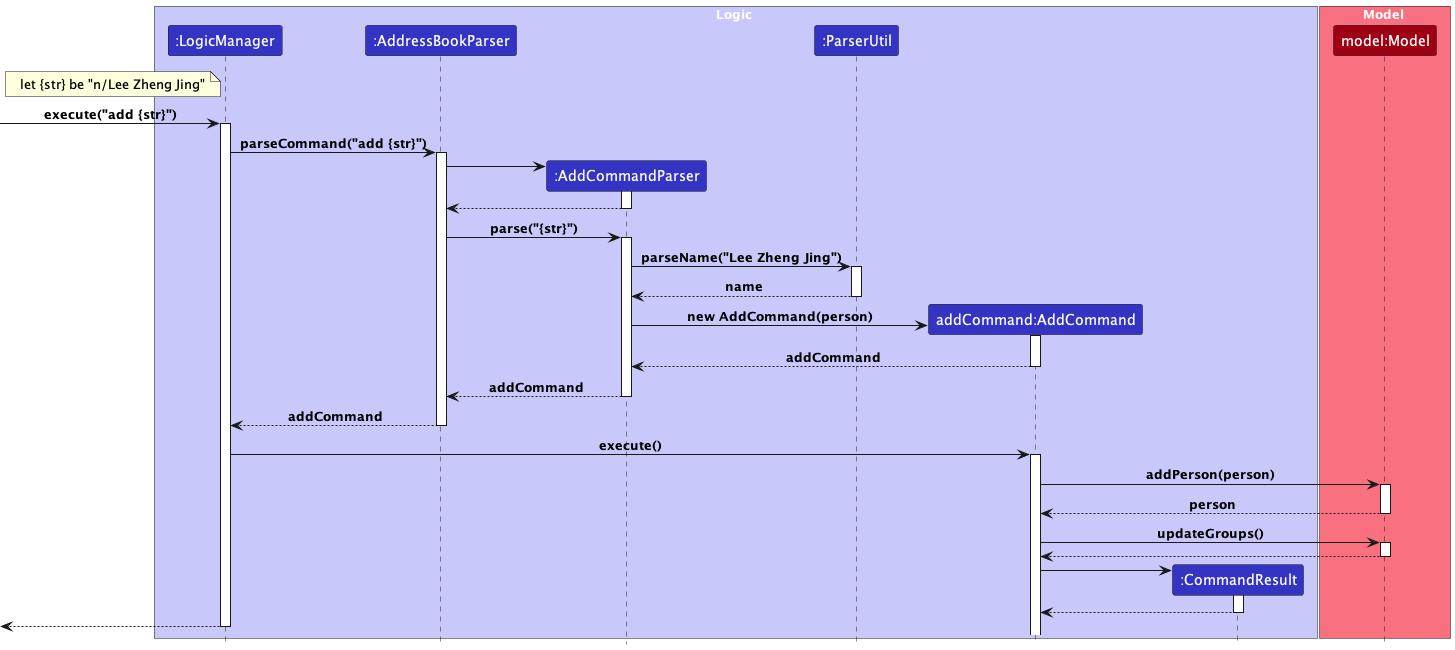
nus-cs2103-AY2324S1/tp keeps this PlantUML diagram as docs/images/AddPersonSequenceDiagram.png. Above is the earlier version.
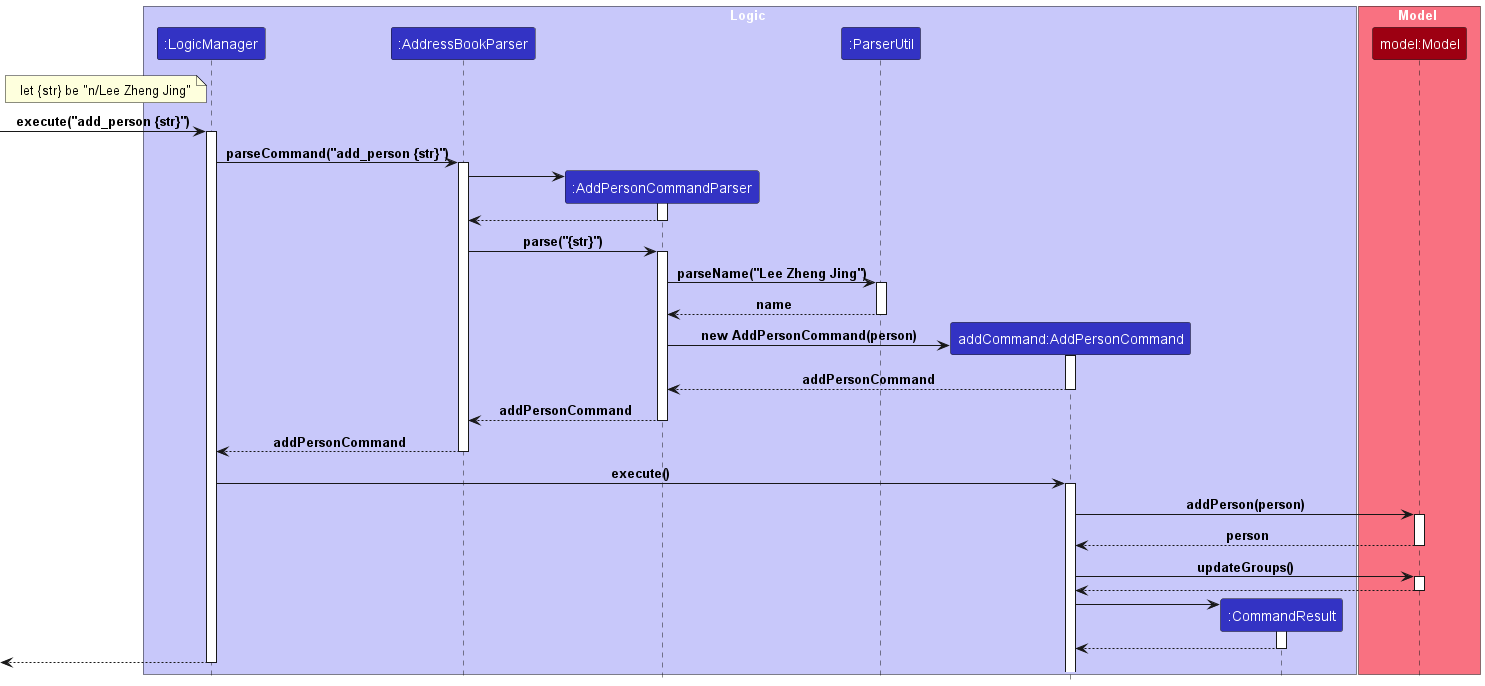
The same diagram one commit later.

Commit message:
Update DG - Update all relevant methods to Person class with the new field of   Remark - Update UML diagrams for add_person

Diff of the diagram source:
```diff
@@ -4,9 +4,9 @@
 box Logic LOGIC_COLOR_T1
 participant ":LogicManager" as LogicManager LOGIC_COLOR
 participant ":AddressBookParser" as AddressBookParser LOGIC_COLOR
-participant ":AddCommandParser" as AddCommandParser LOGIC_COLOR
+participant ":AddPersonCommandParser" as AddPersonCommandParser LOGIC_COLOR
 participant ":ParserUtil" as ParserUtil LOGIC_COLOR
-participant "addCommand:AddCommand" as AddCommand LOGIC_COLOR
+participant "addCommand:AddPersonCommand" as AddPersonCommand LOGIC_COLOR
 participant ":CommandResult" as CommandResult LOGIC_COLOR
 end box
 
@@ -18,58 +18,58 @@
 let {str} be "n/Lee Zheng Jing"
 end note
 
-[-> LogicManager : execute("add {str}")
+[-> LogicManager : execute("add_person {str}")
 activate LogicManager
 
-LogicManager -> AddressBookParser : parseCommand("add {str}")
+LogicManager -> AddressBookParser : parseCommand("add_person {str}")
 activate AddressBookParser
 
-create AddCommandParser
-AddressBookParser -> AddCommandParser
-activate AddCommandParser
+create AddPersonCommandParser
+AddressBookParser -> AddPersonCommandParser
+activate AddPersonCommandParser
 
-AddCommandParser --> AddressBookParser
-deactivate AddCommandParser
+AddPersonCommandParser --> AddressBookParser
+deactivate AddPersonCommandParser
 
-AddressBookParser -> AddCommandParser : parse("{str}")
-activate AddCommandParser
+AddressBookParser -> AddPersonCommandParser : parse("{str}")
+activate AddPersonCommandParser
 
-AddCommandParser -> ParserUtil : parseName("Lee Zheng Jing")
+AddPersonCommandParser -> ParserUtil : parseName("Lee Zheng Jing")
 activate ParserUtil
-ParserUtil --> AddCommandParser : name
+ParserUtil --> AddPersonCommandParser : name
 deactivate ParserUtil
 
-create AddCommand
-AddCommandParser -> AddCommand : new AddCommand(person)
-activate AddCommand
-AddCommand --> AddCommandParser : addCommand
-deactivate AddCommand
+create AddPersonCommand
+AddPersonCommandParser -> AddPersonCommand : new AddPersonCommand(person)
+activate AddPersonCommand
+AddPersonCommand --> AddPersonCommandParser : addPersonCommand
+deactivate AddPersonCommand
 
-AddCommandParser --> AddressBookParser : addCommand
-deactivate AddCommandParser
+AddPersonCommandParser --> AddressBookParser : addPersonCommand
+deactivate AddPersonCommandParser
 
-AddressBookParser --> LogicManager : addCommand
+AddressBookParser --> LogicManager : addPersonCommand
 deactivate AddressBookParser
 
-LogicManager -> AddCommand : execute()
-activate AddCommand
+LogicManager -> AddPersonCommand : execute()
+activate AddPersonCommand
 
-AddCommand -> Model : addPerson(person)
+AddPersonCommand -> Model : addPerson(person)
 activate Model
-Model --> AddCommand : person
+Model --> AddPersonCommand : person
 deactivate Model
 
 
-AddCommand -> Model : updateGroups()
+AddPersonCommand -> Model : updateGroups()
 activate Model
-Model --> AddCommand
+Model --> AddPersonCommand
 deactivate Model
 
 create CommandResult
-AddCommand -> CommandResult
+AddPersonCommand -> CommandResult
 activate CommandResult
 
-CommandResult --> AddCommand
+CommandResult --> AddPersonCommand
 deactivate CommandResult
 
 [<--LogicManager
```
